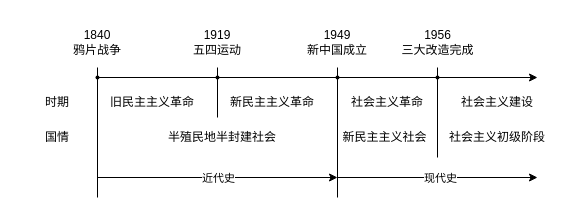
The draw.io diagram 政治.drawio in Lin-Joe/diagrams, before the edit. Source tidied: cells renumbered, new cells numbered last; positions are measured from the earlier drawing's top-left corner, leaving out a move shared by most shapes. Both pictures are drawn from the tidied source at 100%, with x=0, y=0 at pixel (27, 17).
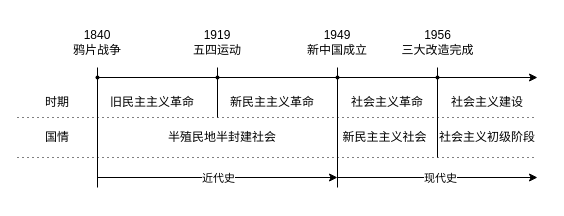
After the change.

Change to the diagram source:
```diff
@@
     <mxCell id="12" value="社会主义初级阶段" style="text;html=1;strokeColor=none;fillColor=none;align=center;verticalAlign=middle;whiteSpace=wrap;rounded=0;" parent="1" vertex="1">
-      <mxGeometry x="420" y="110" width="100" height="20" as="geometry" />
+      <mxGeometry x="410" y="110" width="100" height="20" as="geometry" />
     </mxCell>
     <mxCell id="13" style="endArrow=none;html=1;rounded=0;exitX=0.5;exitY=1;exitDx=0;exitDy=0;" parent="1" edge="1">
       <mxGeometry relative="1" as="geometry">
         <mxPoint x="70" y="50" as="sourcePoint" />
-        <mxPoint x="70" y="180" as="targetPoint" />
+        <mxPoint x="70" y="170" as="targetPoint" />
       </mxGeometry>
     </mxCell>
@@
     <mxCell id="17" style="endArrow=none;html=1;rounded=0;exitX=0.5;exitY=1;exitDx=0;exitDy=0;" parent="1" edge="1">
       <mxGeometry relative="1" as="geometry">
         <mxPoint x="310" y="50" as="sourcePoint" />
-        <mxPoint x="310" y="180" as="targetPoint" />
+        <mxPoint x="310" y="170" as="targetPoint" />
       </mxGeometry>
     </mxCell>
@@
     <mxCell id="20" value="社会主义建设" style="text;html=1;strokeColor=none;fillColor=none;align=center;verticalAlign=middle;whiteSpace=wrap;rounded=0;" parent="1" vertex="1">
-      <mxGeometry x="430" y="75" width="80" height="20" as="geometry" />
+      <mxGeometry x="420" y="75" width="80" height="20" as="geometry" />
     </mxCell>
@@
+    <mxCell id="30" style="endArrow=none;dashed=1;html=1;dashPattern=1 4;strokeWidth=1;rounded=0;" parent="1" edge="1">
+      <mxGeometry relative="1" as="geometry">
+        <mxPoint x="-10" y="100" as="sourcePoint" />
+        <mxPoint x="510" y="100" as="targetPoint" />
+      </mxGeometry>
+    </mxCell>
+    <mxCell id="31" style="endArrow=none;dashed=1;html=1;dashPattern=1 4;strokeWidth=1;rounded=0;" parent="1" edge="1">
+      <mxGeometry relative="1" as="geometry">
+        <mxPoint x="-10" y="140" as="sourcePoint" />
+        <mxPoint x="510" y="140" as="targetPoint" />
+      </mxGeometry>
+    </mxCell>
```
